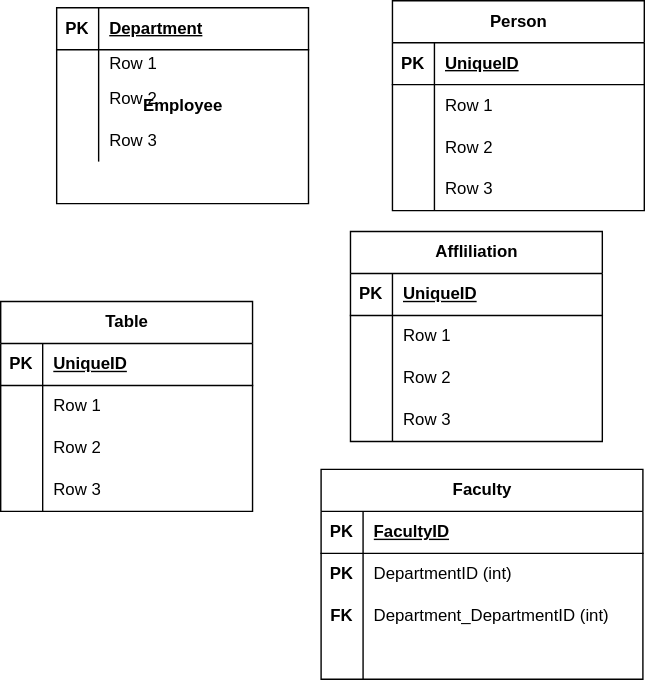
The draw.io diagram Untitled Diagram.drawio.svg in Priscile2/Diagrams, before a commit. Source tidied: cells renumbered, new cells last; positions are measured from the earlier drawing's top-left corner, leaving out a move shared by most shapes.
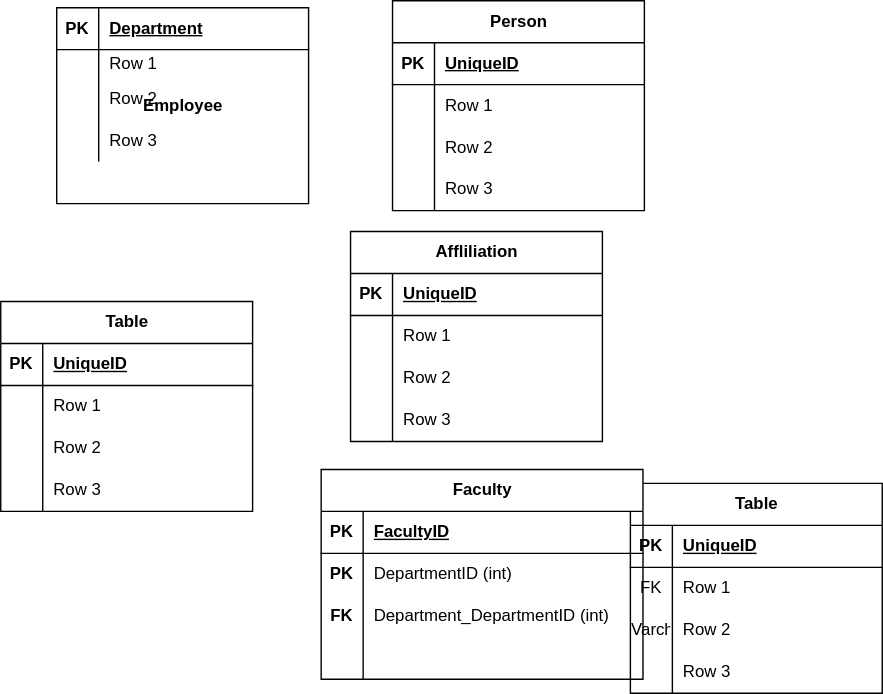
The same file after the commit.

Diff of the diagram source:
```diff
@@ -158,6 +158,45 @@
     <mxCell id="53" value="Row 3" style="shape=partialRectangle;fillColor=none;top=0;left=0;bottom=0;right=0;align=left;spacingLeft=6;overflow=hidden;whiteSpace=wrap;html=1;" parent="51" vertex="1">
       <mxGeometry x="30" width="150" height="30" as="geometry" />
     </mxCell>
+    <mxCell id="67" value="Table" style="shape=table;startSize=30;rowLines=0;fontStyle=1;align=center;html=1;" parent="1" vertex="1">
+      <mxGeometry x="450" y="345" width="180" height="150" as="geometry" />
+    </mxCell>
+    <mxCell id="68" style="shape=tableRow;horizontal=0;startSize=0;swimlaneHead=0;swimlaneBody=0;fillColor=none;top=0;left=0;right=0;bottom=1;" parent="67" vertex="1">
+      <mxGeometry y="30" width="180" height="30" as="geometry" />
+    </mxCell>
+    <mxCell id="69" value="PK" style="shape=partialRectangle;fillColor=none;top=0;left=0;bottom=0;right=0;fontStyle=1;overflow=hidden;whiteSpace=wrap;html=1;" parent="68" vertex="1">
+      <mxGeometry width="30" height="30" as="geometry" />
+    </mxCell>
+    <mxCell id="70" value="UniqueID" style="shape=partialRectangle;fillColor=none;top=0;left=0;bottom=0;right=0;align=left;spacingLeft=6;fontStyle=5;overflow=hidden;whiteSpace=wrap;html=1;" parent="68" vertex="1">
+      <mxGeometry x="30" width="150" height="30" as="geometry" />
+    </mxCell>
+    <mxCell id="71" style="shape=tableRow;horizontal=0;startSize=0;swimlaneHead=0;swimlaneBody=0;fillColor=none;top=0;left=0;right=0;bottom=0;" parent="67" vertex="1">
+      <mxGeometry y="60" width="180" height="30" as="geometry" />
+    </mxCell>
+    <mxCell id="72" value="FK" style="shape=partialRectangle;fillColor=none;top=0;left=0;bottom=0;right=0;overflow=hidden;whiteSpace=wrap;html=1;" parent="71" vertex="1">
+      <mxGeometry width="30" height="30" as="geometry" />
+    </mxCell>
+    <mxCell id="73" value="Row 1" style="shape=partialRectangle;fillColor=none;top=0;left=0;bottom=0;right=0;align=left;spacingLeft=6;overflow=hidden;whiteSpace=wrap;html=1;" parent="71" vertex="1">
+      <mxGeometry x="30" width="150" height="30" as="geometry" />
+    </mxCell>
+    <mxCell id="74" style="shape=tableRow;horizontal=0;startSize=0;swimlaneHead=0;swimlaneBody=0;fillColor=none;top=0;left=0;right=0;bottom=0;" parent="67" vertex="1">
+      <mxGeometry y="90" width="180" height="30" as="geometry" />
+    </mxCell>
+    <mxCell id="75" value="Varchar" style="shape=partialRectangle;fillColor=none;top=0;left=0;bottom=0;right=0;overflow=hidden;whiteSpace=wrap;html=1;" parent="74" vertex="1">
+      <mxGeometry width="30" height="30" as="geometry" />
+    </mxCell>
+    <mxCell id="76" value="Row 2" style="shape=partialRectangle;fillColor=none;top=0;left=0;bottom=0;right=0;align=left;spacingLeft=6;overflow=hidden;whiteSpace=wrap;html=1;" parent="74" vertex="1">
+      <mxGeometry x="30" width="150" height="30" as="geometry" />
+    </mxCell>
+    <mxCell id="77" style="shape=tableRow;horizontal=0;startSize=0;swimlaneHead=0;swimlaneBody=0;fillColor=none;top=0;left=0;right=0;bottom=0;" parent="67" vertex="1">
+      <mxGeometry y="120" width="180" height="30" as="geometry" />
+    </mxCell>
+    <mxCell id="78" style="shape=partialRectangle;fillColor=none;top=0;left=0;bottom=0;right=0;overflow=hidden;whiteSpace=wrap;html=1;" parent="77" vertex="1">
+      <mxGeometry width="30" height="30" as="geometry" />
+    </mxCell>
+    <mxCell id="79" value="Row 3" style="shape=partialRectangle;fillColor=none;top=0;left=0;bottom=0;right=0;align=left;spacingLeft=6;overflow=hidden;whiteSpace=wrap;html=1;" parent="77" vertex="1">
+      <mxGeometry x="30" width="150" height="30" as="geometry" />
+    </mxCell>
     <mxCell id="54" value="Faculty" style="shape=table;startSize=30;rowLines=0;fontStyle=1;align=center;html=1;" parent="1" vertex="1">
       <mxGeometry x="229" y="335" width="230" height="150" as="geometry" />
     </mxCell>
```
